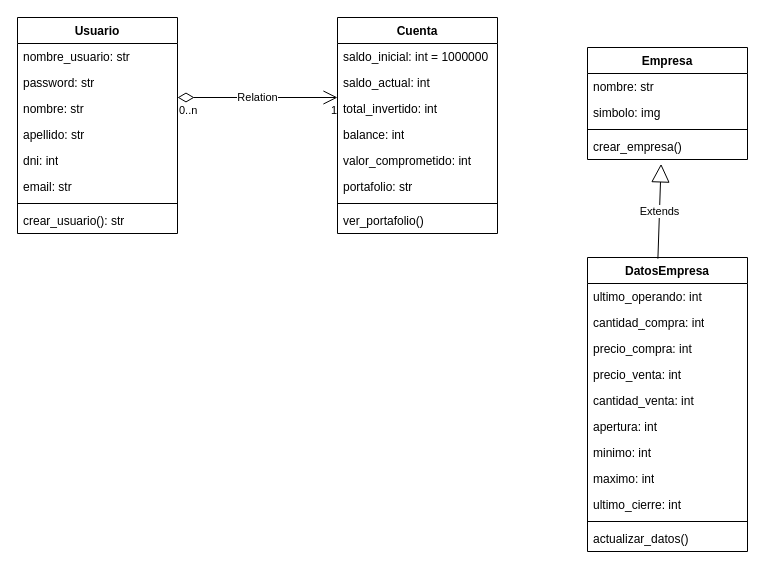
Before: jmarchisone.drawio in Tuple-Developers/Proyecto_Integrador, a draw.io diagram. Source tidied: cells renumbered, new cells numbered last; positions are measured from the earlier drawing's top-left corner, leaving out a move shared by most shapes. Both pictures are drawn from the tidied source at 100%, with x=0, y=0 at pixel (17, 17).
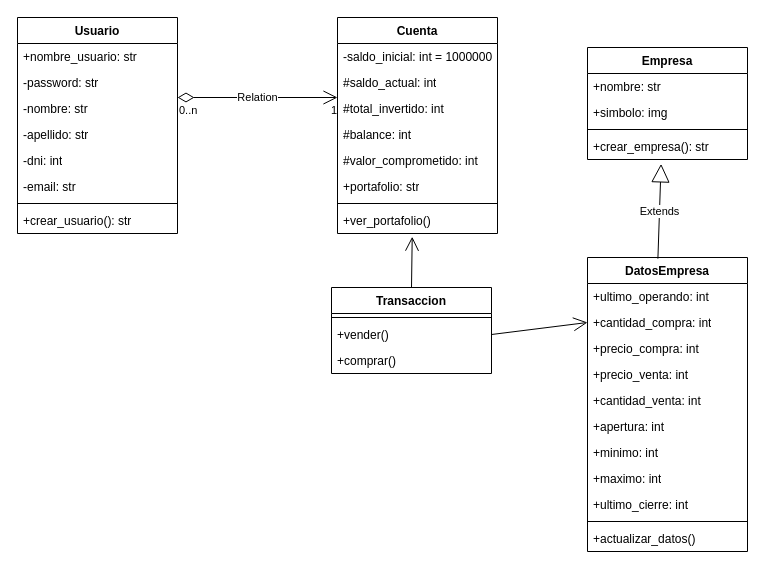
Above is the later version.

Unchanged cells that the change refers to:
```xml
<mxCell id="2" value="Usuario" style="swimlane;fontStyle=1;align=center;verticalAlign=top;horizontal=1;startSize=26;whiteSpace=wrap;html=1;" parent="1" vertex="1">
  <mxGeometry width="160" height="216" as="geometry" />
</mxCell>
<mxCell id="11" value="Cuenta" style="swimlane;fontStyle=1;align=center;verticalAlign=top;horizontal=1;startSize=26;whiteSpace=wrap;html=1;" parent="1" vertex="1">
  <mxGeometry x="320" width="160" height="216" as="geometry" />
</mxCell>
<mxCell id="24" value="Empresa" style="swimlane;fontStyle=1;align=center;verticalAlign=top;horizontal=1;startSize=26;whiteSpace=wrap;html=1;" parent="1" vertex="1">
  <mxGeometry x="570" y="30" width="160" height="112" as="geometry" />
</mxCell>
<mxCell id="29" value="DatosEmpresa" style="swimlane;fontStyle=1;align=center;verticalAlign=top;horizontal=1;startSize=26;whiteSpace=wrap;html=1;" parent="1" vertex="1">
  <mxGeometry x="570" y="240" width="160" height="294" as="geometry" />
</mxCell>
```

Diff of the diagram source:
```diff
@@
-    <mxCell id="3" value="nombre_usuario: str" style="text;strokeColor=none;fillColor=none;align=left;verticalAlign=top;spacingLeft=4;spacingRight=4;overflow=hidden;whiteSpace=wrap;html=1;" parent="2" vertex="1">
+    <mxCell id="3" value="+nombre_usuario: str" style="text;strokeColor=none;fillColor=none;align=left;verticalAlign=top;spacingLeft=4;spacingRight=4;overflow=hidden;whiteSpace=wrap;html=1;" parent="2" vertex="1">
       <mxGeometry y="26" width="160" height="26" as="geometry" />
     </mxCell>
-    <mxCell id="4" value="password: str" style="text;strokeColor=none;fillColor=none;align=left;verticalAlign=top;spacingLeft=4;spacingRight=4;overflow=hidden;whiteSpace=wrap;html=1;" parent="2" vertex="1">
+    <mxCell id="4" value="-password: str" style="text;strokeColor=none;fillColor=none;align=left;verticalAlign=top;spacingLeft=4;spacingRight=4;overflow=hidden;whiteSpace=wrap;html=1;" parent="2" vertex="1">
       <mxGeometry y="52" width="160" height="26" as="geometry" />
     </mxCell>
-    <mxCell id="5" value="nombre: str" style="text;strokeColor=none;fillColor=none;align=left;verticalAlign=top;spacingLeft=4;spacingRight=4;overflow=hidden;whiteSpace=wrap;html=1;" parent="2" vertex="1">
+    <mxCell id="5" value="-nombre: str" style="text;strokeColor=none;fillColor=none;align=left;verticalAlign=top;spacingLeft=4;spacingRight=4;overflow=hidden;whiteSpace=wrap;html=1;" parent="2" vertex="1">
       <mxGeometry y="78" width="160" height="26" as="geometry" />
     </mxCell>
-    <mxCell id="6" value="apellido: str" style="text;strokeColor=none;fillColor=none;align=left;verticalAlign=top;spacingLeft=4;spacingRight=4;overflow=hidden;whiteSpace=wrap;html=1;" parent="2" vertex="1">
+    <mxCell id="6" value="-apellido: str" style="text;strokeColor=none;fillColor=none;align=left;verticalAlign=top;spacingLeft=4;spacingRight=4;overflow=hidden;whiteSpace=wrap;html=1;" parent="2" vertex="1">
       <mxGeometry y="104" width="160" height="26" as="geometry" />
     </mxCell>
-    <mxCell id="7" value="dni: int" style="text;strokeColor=none;fillColor=none;align=left;verticalAlign=top;spacingLeft=4;spacingRight=4;overflow=hidden;whiteSpace=wrap;html=1;" parent="2" vertex="1">
+    <mxCell id="7" value="-dni: int" style="text;strokeColor=none;fillColor=none;align=left;verticalAlign=top;spacingLeft=4;spacingRight=4;overflow=hidden;whiteSpace=wrap;html=1;" parent="2" vertex="1">
       <mxGeometry y="130" width="160" height="26" as="geometry" />
     </mxCell>
-    <mxCell id="8" value="email: str" style="text;strokeColor=none;fillColor=none;align=left;verticalAlign=top;spacingLeft=4;spacingRight=4;overflow=hidden;whiteSpace=wrap;html=1;" parent="2" vertex="1">
+    <mxCell id="8" value="-email: str" style="text;strokeColor=none;fillColor=none;align=left;verticalAlign=top;spacingLeft=4;spacingRight=4;overflow=hidden;whiteSpace=wrap;html=1;" parent="2" vertex="1">
       <mxGeometry y="156" width="160" height="26" as="geometry" />
     </mxCell>
@@
-    <mxCell id="10" value="crear_usuario(): str" style="text;strokeColor=none;fillColor=none;align=left;verticalAlign=top;spacingLeft=4;spacingRight=4;overflow=hidden;whiteSpace=wrap;html=1;" parent="2" vertex="1">
+    <mxCell id="10" value="+crear_usuario(): str" style="text;strokeColor=none;fillColor=none;align=left;verticalAlign=top;spacingLeft=4;spacingRight=4;overflow=hidden;whiteSpace=wrap;html=1;" parent="2" vertex="1">
       <mxGeometry y="190" width="160" height="26" as="geometry" />
     </mxCell>
@@
-    <mxCell id="12" value="saldo_inicial: int = 1000000" style="text;strokeColor=none;fillColor=none;align=left;verticalAlign=top;spacingLeft=4;spacingRight=4;overflow=hidden;points=[[0,0.5],[1,0.5]];portConstraint=eastwest;whiteSpace=wrap;html=1;" parent="11" vertex="1">
+    <mxCell id="12" value="-saldo_inicial: int = 1000000" style="text;strokeColor=none;fillColor=none;align=left;verticalAlign=top;spacingLeft=4;spacingRight=4;overflow=hidden;points=[[0,0.5],[1,0.5]];portConstraint=eastwest;whiteSpace=wrap;html=1;" parent="11" vertex="1">
       <mxGeometry y="26" width="160" height="26" as="geometry" />
     </mxCell>
-    <mxCell id="13" value="saldo_actual: int" style="text;strokeColor=none;fillColor=none;align=left;verticalAlign=top;spacingLeft=4;spacingRight=4;overflow=hidden;whiteSpace=wrap;html=1;" parent="11" vertex="1">
+    <mxCell id="13" value="#saldo_actual: int" style="text;strokeColor=none;fillColor=none;align=left;verticalAlign=top;spacingLeft=4;spacingRight=4;overflow=hidden;whiteSpace=wrap;html=1;" parent="11" vertex="1">
       <mxGeometry y="52" width="160" height="26" as="geometry" />
     </mxCell>
-    <mxCell id="14" value="total_invertido: int" style="text;strokeColor=none;fillColor=none;align=left;verticalAlign=top;spacingLeft=4;spacingRight=4;overflow=hidden;whiteSpace=wrap;html=1;" parent="11" vertex="1">
+    <mxCell id="14" value="#total_invertido: int" style="text;strokeColor=none;fillColor=none;align=left;verticalAlign=top;spacingLeft=4;spacingRight=4;overflow=hidden;whiteSpace=wrap;html=1;" parent="11" vertex="1">
       <mxGeometry y="78" width="160" height="26" as="geometry" />
     </mxCell>
-    <mxCell id="15" value="balance: int" style="text;strokeColor=none;fillColor=none;align=left;verticalAlign=top;spacingLeft=4;spacingRight=4;overflow=hidden;whiteSpace=wrap;html=1;" parent="11" vertex="1">
+    <mxCell id="15" value="#balance: int" style="text;strokeColor=none;fillColor=none;align=left;verticalAlign=top;spacingLeft=4;spacingRight=4;overflow=hidden;whiteSpace=wrap;html=1;" parent="11" vertex="1">
       <mxGeometry y="104" width="160" height="26" as="geometry" />
     </mxCell>
-    <mxCell id="16" value="valor_comprometido: int" style="text;strokeColor=none;fillColor=none;align=left;verticalAlign=top;spacingLeft=4;spacingRight=4;overflow=hidden;whiteSpace=wrap;html=1;" parent="11" vertex="1">
+    <mxCell id="16" value="#valor_comprometido: int" style="text;strokeColor=none;fillColor=none;align=left;verticalAlign=top;spacingLeft=4;spacingRight=4;overflow=hidden;whiteSpace=wrap;html=1;" parent="11" vertex="1">
       <mxGeometry y="130" width="160" height="26" as="geometry" />
     </mxCell>
-    <mxCell id="17" value="portafolio: str" style="text;strokeColor=none;fillColor=none;align=left;verticalAlign=top;spacingLeft=4;spacingRight=4;overflow=hidden;whiteSpace=wrap;html=1;" parent="11" vertex="1">
+    <mxCell id="17" value="+portafolio: str" style="text;strokeColor=none;fillColor=none;align=left;verticalAlign=top;spacingLeft=4;spacingRight=4;overflow=hidden;whiteSpace=wrap;html=1;" parent="11" vertex="1">
       <mxGeometry y="156" width="160" height="26" as="geometry" />
     </mxCell>
@@
-    <mxCell id="19" value="ver_portafolio()" style="text;strokeColor=none;fillColor=none;align=left;verticalAlign=top;spacingLeft=4;spacingRight=4;overflow=hidden;points=[[0,0.5],[1,0.5]];portConstraint=eastwest;whiteSpace=wrap;html=1;" parent="11" vertex="1">
+    <mxCell id="19" value="+ver_portafolio()" style="text;strokeColor=none;fillColor=none;align=left;verticalAlign=top;spacingLeft=4;spacingRight=4;overflow=hidden;points=[[0,0.5],[1,0.5]];portConstraint=eastwest;whiteSpace=wrap;html=1;" parent="11" vertex="1">
       <mxGeometry y="190" width="160" height="26" as="geometry" />
     </mxCell>
@@
-    <mxCell id="25" value="nombre: str" style="text;strokeColor=none;fillColor=none;align=left;verticalAlign=top;spacingLeft=4;spacingRight=4;overflow=hidden;whiteSpace=wrap;html=1;" parent="24" vertex="1">
+    <mxCell id="25" value="+nombre: str" style="text;strokeColor=none;fillColor=none;align=left;verticalAlign=top;spacingLeft=4;spacingRight=4;overflow=hidden;whiteSpace=wrap;html=1;" parent="24" vertex="1">
       <mxGeometry y="26" width="160" height="26" as="geometry" />
     </mxCell>
-    <mxCell id="26" value="simbolo: img" style="text;strokeColor=none;fillColor=none;align=left;verticalAlign=top;spacingLeft=4;spacingRight=4;overflow=hidden;whiteSpace=wrap;html=1;" parent="24" vertex="1">
+    <mxCell id="26" value="+simbolo: img" style="text;strokeColor=none;fillColor=none;align=left;verticalAlign=top;spacingLeft=4;spacingRight=4;overflow=hidden;whiteSpace=wrap;html=1;" parent="24" vertex="1">
       <mxGeometry y="52" width="160" height="26" as="geometry" />
     </mxCell>
@@
-    <mxCell id="28" value="crear_empresa()" style="text;strokeColor=none;fillColor=none;align=left;verticalAlign=top;spacingLeft=4;spacingRight=4;overflow=hidden;points=[[0,0.5],[1,0.5]];portConstraint=eastwest;whiteSpace=wrap;html=1;" parent="24" vertex="1">
+    <mxCell id="28" value="+crear_empresa(): str" style="text;strokeColor=none;fillColor=none;align=left;verticalAlign=top;spacingLeft=4;spacingRight=4;overflow=hidden;points=[[0,0.5],[1,0.5]];portConstraint=eastwest;whiteSpace=wrap;html=1;" parent="24" vertex="1">
       <mxGeometry y="86" width="160" height="26" as="geometry" />
     </mxCell>
@@
-    <mxCell id="30" value="ultimo_operando: int" style="text;strokeColor=none;fillColor=none;align=left;verticalAlign=top;spacingLeft=4;spacingRight=4;overflow=hidden;whiteSpace=wrap;html=1;" parent="29" vertex="1">
+    <mxCell id="30" value="+ultimo_operando: int" style="text;strokeColor=none;fillColor=none;align=left;verticalAlign=top;spacingLeft=4;spacingRight=4;overflow=hidden;whiteSpace=wrap;html=1;" parent="29" vertex="1">
       <mxGeometry y="26" width="160" height="26" as="geometry" />
     </mxCell>
-    <mxCell id="31" value="cantidad_compra: int" style="text;strokeColor=none;fillColor=none;align=left;verticalAlign=top;spacingLeft=4;spacingRight=4;overflow=hidden;points=[[0,0.5],[1,0.5]];portConstraint=eastwest;whiteSpace=wrap;html=1;" parent="29" vertex="1">
+    <mxCell id="31" value="+cantidad_compra: int" style="text;strokeColor=none;fillColor=none;align=left;verticalAlign=top;spacingLeft=4;spacingRight=4;overflow=hidden;points=[[0,0.5],[1,0.5]];portConstraint=eastwest;whiteSpace=wrap;html=1;" parent="29" vertex="1">
       <mxGeometry y="52" width="160" height="26" as="geometry" />
     </mxCell>
-    <mxCell id="32" value="precio_compra: int" style="text;strokeColor=none;fillColor=none;align=left;verticalAlign=top;spacingLeft=4;spacingRight=4;overflow=hidden;whiteSpace=wrap;html=1;" parent="29" vertex="1">
+    <mxCell id="32" value="+precio_compra: int" style="text;strokeColor=none;fillColor=none;align=left;verticalAlign=top;spacingLeft=4;spacingRight=4;overflow=hidden;whiteSpace=wrap;html=1;" parent="29" vertex="1">
       <mxGeometry y="78" width="160" height="26" as="geometry" />
     </mxCell>
-    <mxCell id="33" value="precio_venta: int" style="text;strokeColor=none;fillColor=none;align=left;verticalAlign=top;spacingLeft=4;spacingRight=4;overflow=hidden;whiteSpace=wrap;html=1;" parent="29" vertex="1">
+    <mxCell id="33" value="+precio_venta: int" style="text;strokeColor=none;fillColor=none;align=left;verticalAlign=top;spacingLeft=4;spacingRight=4;overflow=hidden;whiteSpace=wrap;html=1;" parent="29" vertex="1">
       <mxGeometry y="104" width="160" height="26" as="geometry" />
     </mxCell>
-    <mxCell id="34" value="cantidad_venta: int" style="text;strokeColor=none;fillColor=none;align=left;verticalAlign=top;spacingLeft=4;spacingRight=4;overflow=hidden;whiteSpace=wrap;html=1;" parent="29" vertex="1">
+    <mxCell id="34" value="+cantidad_venta: int" style="text;strokeColor=none;fillColor=none;align=left;verticalAlign=top;spacingLeft=4;spacingRight=4;overflow=hidden;whiteSpace=wrap;html=1;" parent="29" vertex="1">
       <mxGeometry y="130" width="160" height="26" as="geometry" />
     </mxCell>
-    <mxCell id="35" value="apertura: int" style="text;strokeColor=none;fillColor=none;align=left;verticalAlign=top;spacingLeft=4;spacingRight=4;overflow=hidden;whiteSpace=wrap;html=1;" parent="29" vertex="1">
+    <mxCell id="35" value="+apertura: int" style="text;strokeColor=none;fillColor=none;align=left;verticalAlign=top;spacingLeft=4;spacingRight=4;overflow=hidden;whiteSpace=wrap;html=1;" parent="29" vertex="1">
       <mxGeometry y="156" width="160" height="26" as="geometry" />
     </mxCell>
-    <mxCell id="36" value="minimo: int" style="text;strokeColor=none;fillColor=none;align=left;verticalAlign=top;spacingLeft=4;spacingRight=4;overflow=hidden;whiteSpace=wrap;html=1;" parent="29" vertex="1">
+    <mxCell id="36" value="+minimo: int" style="text;strokeColor=none;fillColor=none;align=left;verticalAlign=top;spacingLeft=4;spacingRight=4;overflow=hidden;whiteSpace=wrap;html=1;" parent="29" vertex="1">
       <mxGeometry y="182" width="160" height="26" as="geometry" />
     </mxCell>
-    <mxCell id="37" value="maximo: int" style="text;strokeColor=none;fillColor=none;align=left;verticalAlign=top;spacingLeft=4;spacingRight=4;overflow=hidden;whiteSpace=wrap;html=1;" parent="29" vertex="1">
+    <mxCell id="37" value="+maximo: int" style="text;strokeColor=none;fillColor=none;align=left;verticalAlign=top;spacingLeft=4;spacingRight=4;overflow=hidden;whiteSpace=wrap;html=1;" parent="29" vertex="1">
       <mxGeometry y="208" width="160" height="26" as="geometry" />
     </mxCell>
-    <mxCell id="38" value="ultimo_cierre: int" style="text;strokeColor=none;fillColor=none;align=left;verticalAlign=top;spacingLeft=4;spacingRight=4;overflow=hidden;whiteSpace=wrap;html=1;" parent="29" vertex="1">
+    <mxCell id="38" value="+ultimo_cierre: int" style="text;strokeColor=none;fillColor=none;align=left;verticalAlign=top;spacingLeft=4;spacingRight=4;overflow=hidden;whiteSpace=wrap;html=1;" parent="29" vertex="1">
       <mxGeometry y="234" width="160" height="26" as="geometry" />
     </mxCell>
@@
-    <mxCell id="40" value="actualizar_datos()" style="text;strokeColor=none;fillColor=none;align=left;verticalAlign=top;spacingLeft=4;spacingRight=4;overflow=hidden;whiteSpace=wrap;html=1;" parent="29" vertex="1">
+    <mxCell id="40" value="+actualizar_datos()" style="text;strokeColor=none;fillColor=none;align=left;verticalAlign=top;spacingLeft=4;spacingRight=4;overflow=hidden;whiteSpace=wrap;html=1;" parent="29" vertex="1">
       <mxGeometry y="268" width="160" height="26" as="geometry" />
     </mxCell>
@@
+    <mxCell id="42" value="Transaccion" style="swimlane;fontStyle=1;align=center;verticalAlign=top;horizontal=1;startSize=26;whiteSpace=wrap;html=1;" parent="1" vertex="1">
+      <mxGeometry x="314" y="270" width="160" height="86" as="geometry" />
+    </mxCell>
+    <mxCell id="43" style="line;strokeWidth=1;fillColor=none;align=left;verticalAlign=middle;spacingTop=-1;spacingLeft=3;spacingRight=3;labelPosition=right;strokeColor=inherit;" parent="42" vertex="1">
+      <mxGeometry y="26" width="160" height="8" as="geometry" />
+    </mxCell>
+    <mxCell id="44" value="+vender()" style="text;strokeColor=none;fillColor=none;align=left;verticalAlign=top;spacingLeft=4;spacingRight=4;overflow=hidden;points=[[0,0.5],[1,0.5]];portConstraint=eastwest;whiteSpace=wrap;html=1;" parent="42" vertex="1">
+      <mxGeometry y="34" width="160" height="26" as="geometry" />
+    </mxCell>
+    <mxCell id="45" value="+comprar()" style="text;strokeColor=none;fillColor=none;align=left;verticalAlign=top;spacingLeft=4;spacingRight=4;overflow=hidden;whiteSpace=wrap;html=1;" parent="42" vertex="1">
+      <mxGeometry y="60" width="160" height="26" as="geometry" />
+    </mxCell>
+    <mxCell id="46" style="endArrow=open;endFill=1;endSize=12;html=1;rounded=0;exitX=1;exitY=0.5;exitDx=0;exitDy=0;entryX=0;entryY=0.5;entryDx=0;entryDy=0;" parent="1" edge="1" source="44" target="31">
+      <mxGeometry relative="1" as="geometry" />
+    </mxCell>
+    <mxCell id="47" style="endArrow=open;endFill=1;endSize=12;html=1;rounded=0;exitX=0.5;exitY=0;exitDx=0;exitDy=0;entryX=0.467;entryY=1.123;entryDx=0;entryDy=0;entryPerimeter=0;" parent="1" edge="1" source="42" target="19">
+      <mxGeometry relative="1" as="geometry" />
+    </mxCell>
```
